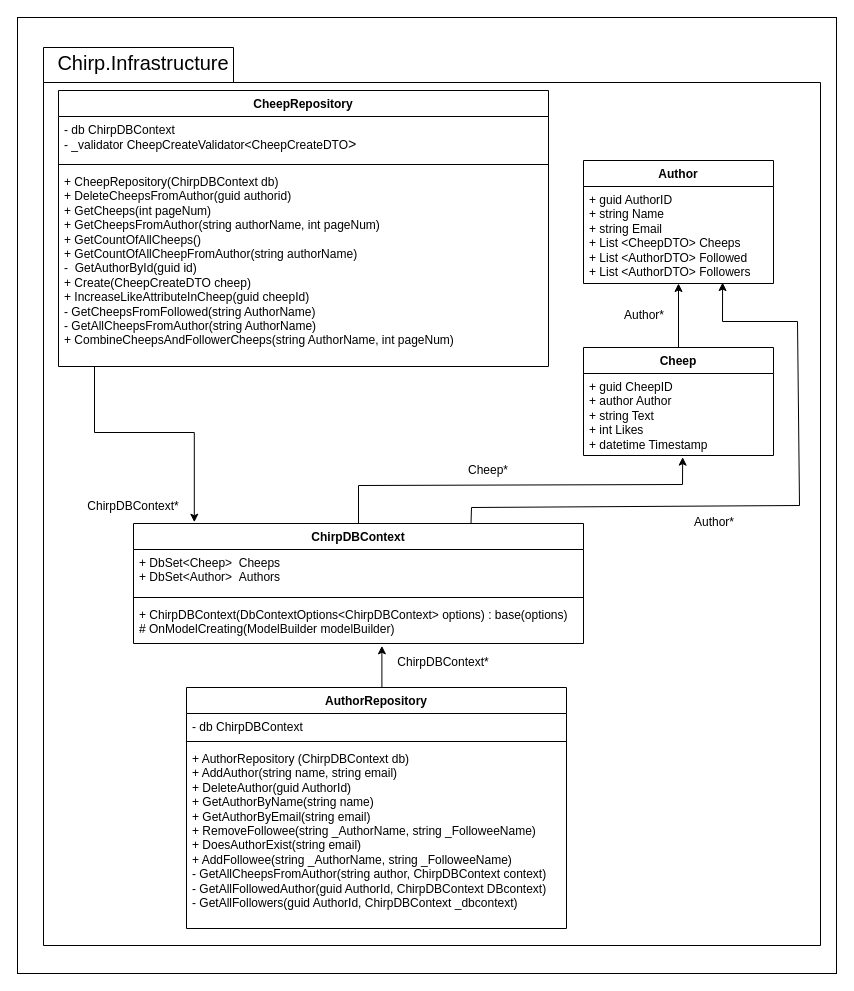
Above: docs/diagrams/PackagesUMLClassDiagrams/PackageInfrastructureUMLDiagram.drawio in ITU-BDSA23-GROUP4/Chirp (draw.io), before the change. Source tidied: cells renumbered, new cells numbered last; positions are measured from the earlier drawing's top-left corner, leaving out a move shared by most shapes. Both pictures are drawn from the tidied source at 100%, with x=0, y=0 at pixel (17, 17).
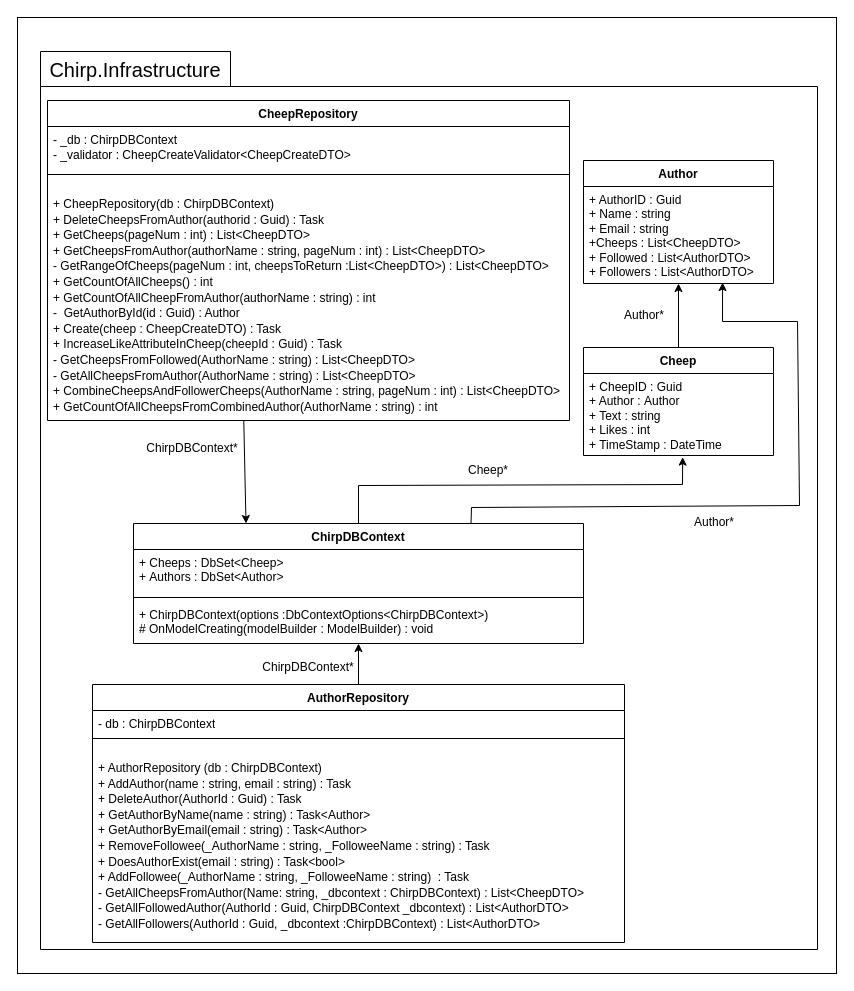
The same page after the edit.

Commit message (it also covers changes not shown here):
Inserted updated UML  Diagrams. Deleted out of data, unused package diagram.

Unchanged cells that the change refers to:
```xml
<mxCell id="4" value="&lt;font color=&quot;#000000&quot;&gt;Author&lt;/font&gt;" style="swimlane;fontStyle=1;align=center;verticalAlign=top;horizontal=1;startSize=26;whiteSpace=wrap;html=1;fillColor=none;strokeColor=#000000;" parent="1" vertex="1">
  <mxGeometry x="566" y="143" width="190" height="123" as="geometry" />
</mxCell>
<mxCell id="7" value="&lt;font color=&quot;#000000&quot;&gt;Cheep&lt;/font&gt;" style="swimlane;fontStyle=1;align=center;verticalAlign=top;horizontal=1;startSize=26;whiteSpace=wrap;html=1;fillColor=none;strokeColor=#000000;" parent="1" vertex="1">
  <mxGeometry x="566" y="330" width="190" height="108" as="geometry" />
</mxCell>
<mxCell id="20" value="&lt;font color=&quot;#000000&quot;&gt;ChirpDBContext&lt;/font&gt;" style="swimlane;fontStyle=1;align=center;verticalAlign=top;horizontal=1;startSize=26;whiteSpace=wrap;html=1;strokeColor=#000000;fillColor=none;" parent="1" vertex="1">
  <mxGeometry x="116" y="506" width="450" height="120" as="geometry" />
</mxCell>
```

Change to the diagram source:
```diff
@@
     <mxCell id="3" style="shape=folder;fontStyle=1;spacingTop=10;tabWidth=190;tabHeight=35;tabPosition=left;html=1;strokeColor=#000000;fillColor=none;" parent="1" vertex="1">
-      <mxGeometry x="26" y="30" width="777" height="898" as="geometry" />
+      <mxGeometry x="23" y="34" width="777" height="898" as="geometry" />
     </mxCell>
@@
-    <mxCell id="5" value="&lt;font color=&quot;#000000&quot;&gt;+ guid AuthorID&lt;br style=&quot;border-color: var(--border-color);&quot;&gt;+ string Name&lt;br style=&quot;border-color: var(--border-color);&quot;&gt;+ string Email&lt;br style=&quot;border-color: var(--border-color);&quot;&gt;+ List &amp;lt;CheepDTO&amp;gt; Cheeps&lt;br&gt;+ List &amp;lt;AuthorDTO&amp;gt; Followed&lt;br&gt;+ List &amp;lt;AuthorDTO&amp;gt; Followers&lt;br&gt;&lt;/font&gt;" style="text;strokeColor=none;fillColor=none;align=left;verticalAlign=top;spacingLeft=4;spacingRight=4;overflow=hidden;points=[[0,0.5],[1,0.5]];portConstraint=eastwest;whiteSpace=wrap;html=1;" parent="4" vertex="1">
+    <mxCell id="5" value="&lt;font color=&quot;#000000&quot;&gt;+ AuthorID : Guid&lt;br style=&quot;border-color: var(--border-color);&quot;&gt;+ Name : string&lt;br style=&quot;border-color: var(--border-color);&quot;&gt;+ Email : string&lt;br style=&quot;border-color: var(--border-color);&quot;&gt;+&lt;/font&gt;&lt;span style=&quot;color: rgb(0, 0, 0);&quot;&gt;Cheeps :&amp;nbsp;&lt;/span&gt;&lt;font color=&quot;#000000&quot;&gt;List&amp;lt;CheepDTO&amp;gt;&lt;br&gt;+ Followed :&amp;nbsp;&lt;/font&gt;&lt;span style=&quot;color: rgb(0, 0, 0);&quot;&gt;List&amp;lt;AuthorDTO&amp;gt;&lt;/span&gt;&lt;font color=&quot;#000000&quot;&gt;&lt;br&gt;+ Followers :&amp;nbsp;&lt;/font&gt;&lt;span style=&quot;color: rgb(0, 0, 0);&quot;&gt;List&amp;lt;AuthorDTO&amp;gt;&lt;/span&gt;&lt;font color=&quot;#000000&quot;&gt;&lt;br&gt;&lt;/font&gt;" style="text;strokeColor=none;fillColor=none;align=left;verticalAlign=top;spacingLeft=4;spacingRight=4;overflow=hidden;points=[[0,0.5],[1,0.5]];portConstraint=eastwest;whiteSpace=wrap;html=1;" parent="4" vertex="1">
       <mxGeometry y="26" width="190" height="97" as="geometry" />
     </mxCell>
@@
-    <mxCell id="8" value="&lt;font color=&quot;#000000&quot;&gt;+ guid CheepID&lt;br&gt;+ author Author&lt;br&gt;+ string Text&lt;br&gt;+ int Likes&lt;br&gt;+ datetime Timestamp&lt;/font&gt;" style="text;strokeColor=none;fillColor=none;align=left;verticalAlign=top;spacingLeft=4;spacingRight=4;overflow=hidden;points=[[0,0.5],[1,0.5]];portConstraint=eastwest;whiteSpace=wrap;html=1;" parent="7" vertex="1">
+    <mxCell id="8" value="&lt;font color=&quot;#000000&quot;&gt;+ CheepID :&amp;nbsp;&lt;/font&gt;&lt;span style=&quot;color: rgb(0, 0, 0);&quot;&gt;Guid&lt;/span&gt;&lt;font color=&quot;#000000&quot;&gt;&lt;br&gt;+ Author :&amp;nbsp;&lt;/font&gt;&lt;span style=&quot;color: rgb(0, 0, 0);&quot;&gt;Author&lt;/span&gt;&lt;font color=&quot;#000000&quot;&gt;&lt;br&gt;+ Text : string&lt;/font&gt;&lt;font color=&quot;#000000&quot;&gt;&lt;br&gt;+ Likes : int&lt;br&gt;+ TimeStamp :&amp;nbsp;&lt;/font&gt;&lt;span style=&quot;color: rgb(0, 0, 0);&quot;&gt;DateTime&lt;/span&gt;" style="text;strokeColor=none;fillColor=none;align=left;verticalAlign=top;spacingLeft=4;spacingRight=4;overflow=hidden;points=[[0,0.5],[1,0.5]];portConstraint=eastwest;whiteSpace=wrap;html=1;" parent="7" vertex="1">
       <mxGeometry y="26" width="190" height="82" as="geometry" />
     </mxCell>
-    <mxCell id="9" style="edgeStyle=orthogonalEdgeStyle;rounded=0;jettySize=auto;html=1;entryX=0.552;entryY=1.056;entryDx=0;entryDy=0;entryPerimeter=0;strokeColor=#000000;" parent="1" edge="1" source="10" target="23">
-      <mxGeometry relative="1" as="geometry">
-        <Array as="points">
-          <mxPoint x="346" y="698" />
-          <mxPoint x="364" y="698" />
-        </Array>
-      </mxGeometry>
+    <mxCell id="9" style="edgeStyle=none;html=1;exitX=0.5;exitY=0;exitDx=0;exitDy=0;strokeColor=#000000;" parent="1" edge="1" source="10" target="23">
+      <mxGeometry relative="1" as="geometry" />
     </mxCell>
     <mxCell id="10" value="&lt;font color=&quot;#000000&quot;&gt;AuthorRepository&lt;/font&gt;" style="swimlane;fontStyle=1;align=center;verticalAlign=top;horizontal=1;startSize=26;whiteSpace=wrap;html=1;strokeColor=#000000;fillColor=none;" parent="1" vertex="1">
-      <mxGeometry x="169" y="670" width="380" height="241" as="geometry" />
+      <mxGeometry x="75" y="667" width="532" height="258" as="geometry" />
     </mxCell>
-    <mxCell id="11" value="&lt;font color=&quot;#000000&quot;&gt;- db&amp;nbsp;ChirpDBContext&lt;/font&gt;" style="text;strokeColor=none;fillColor=none;align=left;verticalAlign=top;spacingLeft=4;spacingRight=4;overflow=hidden;whiteSpace=wrap;html=1;" parent="10" vertex="1">
-      <mxGeometry y="26" width="380" height="24" as="geometry" />
+    <mxCell id="11" value="&lt;font color=&quot;#000000&quot;&gt;- db : ChirpDBContext&lt;/font&gt;" style="text;strokeColor=none;fillColor=none;align=left;verticalAlign=top;spacingLeft=4;spacingRight=4;overflow=hidden;whiteSpace=wrap;html=1;" parent="10" vertex="1">
+      <mxGeometry y="26" width="532" height="24" as="geometry" />
     </mxCell>
     <mxCell id="12" style="line;strokeWidth=1;fillColor=none;align=left;verticalAlign=middle;spacingTop=-1;spacingLeft=3;spacingRight=3;labelPosition=right;strokeColor=inherit;" parent="10" vertex="1">
-      <mxGeometry y="50" width="380" height="8" as="geometry" />
+      <mxGeometry y="50" width="532" height="8" as="geometry" />
     </mxCell>
-    <mxCell id="13" value="&lt;font color=&quot;#000000&quot;&gt;+ AuthorRepository (ChirpDBContext db)&lt;br&gt;+ AddAuthor(string name, string email)&lt;br&gt;&lt;/font&gt;&lt;span style=&quot;color: rgb(0, 0, 0);&quot;&gt;+ DeleteAuthor(guid AuthorId)&lt;/span&gt;&lt;font color=&quot;#000000&quot;&gt;&lt;br&gt;+ GetAuthorByName(string name)&lt;br&gt;+ GetAuthorByEmail(string email)&lt;br&gt;+ RemoveFollowee(string _AuthorName, string _FolloweeName)&lt;br&gt;+ DoesAuthorExist(string email)&lt;br&gt;+ AddFollowee(string _AuthorName, string _FolloweeName)&lt;br&gt;- GetAllCheepsFromAuthor(string author, ChirpDBContext context)&lt;br&gt;- GetAllFollowedAuthor(guid AuthorId, ChirpDBContext DBcontext)&lt;br&gt;- GetAllFollowers(guid AuthorId, ChirpDBContext _dbcontext)&lt;br&gt;&lt;/font&gt;" style="text;strokeColor=none;fillColor=none;align=left;verticalAlign=top;spacingLeft=4;spacingRight=4;overflow=hidden;whiteSpace=wrap;html=1;" parent="10" vertex="1">
-      <mxGeometry y="58" width="380" height="183" as="geometry" />
+    <mxCell id="13" value="&lt;p style=&quot;line-height: 130%;&quot;&gt;&lt;font color=&quot;#000000&quot;&gt;+ AuthorRepository (db : ChirpDBContext)&lt;br&gt;+ AddAuthor(name : string, email : string) : Task&lt;br&gt;&lt;/font&gt;&lt;span style=&quot;color: rgb(0, 0, 0);&quot;&gt;+ DeleteAuthor(AuthorId : Guid) : Task&lt;/span&gt;&lt;font color=&quot;#000000&quot;&gt;&lt;br&gt;+ GetAuthorByName(name : string) : Task&amp;lt;Author&amp;gt;&lt;br&gt;+ GetAuthorByEmail(email : string) : Task&amp;lt;Author&amp;gt;&lt;br&gt;+ RemoveFollowee(_AuthorName : string, _FolloweeName : string) : Task&lt;br&gt;+ DoesAuthorExist(email : string) : Task&amp;lt;bool&amp;gt;&lt;br&gt;+ AddFollowee(_AuthorName : string, _FolloweeName : string)&amp;nbsp; : Task&lt;br&gt;- GetAllCheepsFromAuthor(Name: string, _dbcontext : ChirpDBContext) : List&amp;lt;CheepDTO&amp;gt;&lt;br&gt;- GetAllFollowedAuthor(AuthorId : Guid, ChirpDBContext _dbcontext) : List&amp;lt;AuthorDTO&amp;gt;&lt;br&gt;- GetAllFollowers(AuthorId : Guid, _dbcontext :&lt;/font&gt;&lt;span style=&quot;color: rgb(0, 0, 0);&quot;&gt;ChirpDBContext&lt;/span&gt;&lt;font color=&quot;#000000&quot;&gt;) : List&amp;lt;AuthorDTO&amp;gt;&lt;br&gt;&lt;/font&gt;&lt;/p&gt;" style="text;strokeColor=none;fillColor=none;align=left;verticalAlign=top;spacingLeft=4;spacingRight=4;overflow=hidden;whiteSpace=wrap;html=1;" parent="10" vertex="1">
+      <mxGeometry y="58" width="532" height="200" as="geometry" />
     </mxCell>
+    <mxCell id="31" style="edgeStyle=none;html=1;entryX=0.25;entryY=0;entryDx=0;entryDy=0;strokeColor=#000000;exitX=0.376;exitY=0.998;exitDx=0;exitDy=0;exitPerimeter=0;" parent="1" edge="1" source="17" target="20">
+      <mxGeometry relative="1" as="geometry" />
+    </mxCell>
     <mxCell id="14" value="&lt;font color=&quot;#000000&quot;&gt;CheepRepository&lt;/font&gt;" style="swimlane;fontStyle=1;align=center;verticalAlign=top;horizontal=1;startSize=26;whiteSpace=wrap;html=1;strokeColor=#000000;fillColor=none;" parent="1" vertex="1">
-      <mxGeometry x="41" y="73" width="490" height="276" as="geometry" />
+      <mxGeometry x="30" y="83" width="522" height="320" as="geometry" />
     </mxCell>
-    <mxCell id="15" value="&lt;font color=&quot;#000000&quot;&gt;- db ChirpDBContext&lt;br&gt;- _validator CheepCreateValidator&amp;lt;&lt;font style=&quot;font-size: 12px;&quot;&gt;CheepCreateDTO&lt;/font&gt;&lt;span style=&quot;font-family: Consolas, &amp;quot;Courier New&amp;quot;, monospace; font-size: 14px;&quot;&gt;&amp;gt;&lt;/span&gt;&lt;/font&gt;" style="text;strokeColor=none;fillColor=none;align=left;verticalAlign=top;spacingLeft=4;spacingRight=4;overflow=hidden;whiteSpace=wrap;html=1;" parent="14" vertex="1">
-      <mxGeometry y="26" width="490" height="44" as="geometry" />
+    <mxCell id="15" value="&lt;font color=&quot;#000000&quot;&gt;- _db : ChirpDBContext&lt;br&gt;- _validator : CheepCreateValidator&amp;lt;&lt;font style=&quot;font-size: 12px;&quot;&gt;CheepCreateDTO&amp;gt;&lt;/font&gt;&lt;span style=&quot;font-family: Consolas, &amp;quot;Courier New&amp;quot;, monospace; font-size: 14px;&quot;&gt;&amp;nbsp;&lt;/span&gt;&lt;/font&gt;" style="text;strokeColor=none;fillColor=none;align=left;verticalAlign=top;spacingLeft=4;spacingRight=4;overflow=hidden;whiteSpace=wrap;html=1;" parent="14" vertex="1">
+      <mxGeometry y="26" width="522" height="44" as="geometry" />
     </mxCell>
     <mxCell id="16" style="line;strokeWidth=1;fillColor=none;align=left;verticalAlign=middle;spacingTop=-1;spacingLeft=3;spacingRight=3;labelPosition=right;strokeColor=inherit;" parent="14" vertex="1">
-      <mxGeometry y="70" width="490" height="8" as="geometry" />
+      <mxGeometry y="70" width="522" height="8" as="geometry" />
     </mxCell>
-    <mxCell id="17" value="&lt;font color=&quot;#000000&quot;&gt;&lt;font style=&quot;font-size: 12px;&quot;&gt;+&amp;nbsp;CheepRepository(ChirpDBContext db)&lt;/font&gt;&lt;br&gt;+ DeleteCheepsFromAuthor(guid authorid)&lt;br&gt;+ GetCheeps(int pageNum)&lt;br&gt;+ GetCheepsFromAuthor(string authorName, int pageNum)&lt;br&gt;+ GetCountOfAllCheeps()&lt;br&gt;+ GetCountOfAllCheepFromAuthor(string authorName)&lt;br&gt;-&amp;nbsp; GetAuthorById(guid id)&lt;br&gt;+ Create(CheepCreateDTO cheep)&lt;br&gt;+ IncreaseLikeAttributeInCheep(guid cheepId)&lt;br&gt;- GetCheepsFromFollowed(string AuthorName)&lt;br&gt;- GetAllCheepsFromAuthor(string AuthorName)&lt;br&gt;+ CombineCheepsAndFollowerCheeps(string AuthorName, int pageNum)&lt;br&gt;&lt;/font&gt;" style="text;strokeColor=none;fillColor=none;align=left;verticalAlign=top;spacingLeft=4;spacingRight=4;overflow=hidden;points=[[0,0.5],[1,0.5]];portConstraint=eastwest;whiteSpace=wrap;html=1;" parent="14" vertex="1">
-      <mxGeometry y="78" width="490" height="198" as="geometry" />
+    <mxCell id="17" value="&lt;p style=&quot;line-height: 130%;&quot;&gt;&lt;font color=&quot;#000000&quot;&gt;&lt;font style=&quot;font-size: 12px;&quot;&gt;+&amp;nbsp;CheepRepository(db : ChirpDBContext)&lt;/font&gt;&lt;br&gt;+ DeleteCheepsFromAuthor(authorid : Guid) : Task&lt;br&gt;+ GetCheeps(pageNum : int) : List&amp;lt;CheepDTO&amp;gt;&lt;br&gt;+ GetCheepsFromAuthor(authorName : string, pageNum : int) : List&amp;lt;CheepDTO&amp;gt;&lt;br&gt;- GetRangeOfCheeps(pageNum : int, cheepsToReturn :&lt;/font&gt;&lt;span style=&quot;color: rgb(0, 0, 0);&quot;&gt;List&amp;lt;CheepDTO&amp;gt;&lt;/span&gt;&lt;font color=&quot;#000000&quot;&gt;) : List&amp;lt;CheepDTO&amp;gt;&lt;br&gt;+ GetCountOfAllCheeps() : int&lt;br&gt;+ GetCountOfAllCheepFromAuthor(authorName : string) : int&lt;br&gt;-&amp;nbsp; GetAuthorById(id : Guid) : Author&lt;br&gt;+ Create(cheep : CheepCreateDTO) : Task&lt;br&gt;+ IncreaseLikeAttributeInCheep(cheepId : Guid) : Task&lt;br&gt;- GetCheepsFromFollowed(AuthorName : string) : List&amp;lt;CheepDTO&amp;gt;&lt;br&gt;- GetAllCheepsFromAuthor(AuthorName : string) : List&amp;lt;CheepDTO&amp;gt;&lt;br&gt;+ CombineCheepsAndFollowerCheeps(AuthorName : string, pageNum : int) : List&amp;lt;CheepDTO&amp;gt;&lt;br&gt;+ GetCountOfAllCheepsFromCombinedAuthor(AuthorName : string) : int&lt;br&gt;&lt;/font&gt;&lt;/p&gt;" style="text;strokeColor=none;fillColor=none;align=left;verticalAlign=top;spacingLeft=4;spacingRight=4;overflow=hidden;points=[[0,0.5],[1,0.5]];portConstraint=eastwest;whiteSpace=wrap;html=1;" parent="14" vertex="1">
+      <mxGeometry y="78" width="522" height="242" as="geometry" />
     </mxCell>
@@
-    <mxCell id="21" value="&lt;font color=&quot;#000000&quot;&gt;+&amp;nbsp;&lt;/font&gt;&lt;span style=&quot;color: rgb(0, 0, 0);&quot;&gt;DbSet&amp;lt;Cheep&amp;gt;&amp;nbsp;&amp;nbsp;&lt;/span&gt;&lt;font color=&quot;#000000&quot;&gt;Cheeps&lt;br&gt;+&amp;nbsp;&lt;/font&gt;&lt;span style=&quot;color: rgb(0, 0, 0);&quot;&gt;DbSet&amp;lt;Author&amp;gt;&amp;nbsp;&amp;nbsp;&lt;/span&gt;&lt;font color=&quot;#000000&quot;&gt;Authors&lt;/font&gt;" style="text;strokeColor=none;fillColor=none;align=left;verticalAlign=top;spacingLeft=4;spacingRight=4;overflow=hidden;whiteSpace=wrap;html=1;" parent="20" vertex="1">
+    <mxCell id="21" value="&lt;font color=&quot;#000000&quot;&gt;+&amp;nbsp;&lt;/font&gt;&lt;font color=&quot;#000000&quot;&gt;Cheeps :&amp;nbsp;&lt;/font&gt;&lt;span style=&quot;color: rgb(0, 0, 0);&quot;&gt;DbSet&amp;lt;Cheep&amp;gt;&lt;/span&gt;&lt;font color=&quot;#000000&quot;&gt;&lt;br&gt;+&amp;nbsp;&lt;/font&gt;&lt;font color=&quot;#000000&quot;&gt;Authors :&amp;nbsp;&lt;/font&gt;&lt;span style=&quot;color: rgb(0, 0, 0);&quot;&gt;DbSet&amp;lt;Author&amp;gt;&lt;/span&gt;" style="text;strokeColor=none;fillColor=none;align=left;verticalAlign=top;spacingLeft=4;spacingRight=4;overflow=hidden;whiteSpace=wrap;html=1;" parent="20" vertex="1">
       <mxGeometry y="26" width="450" height="44" as="geometry" />
     </mxCell>
@@
-    <mxCell id="23" value="&lt;font color=&quot;#000000&quot;&gt;+ ChirpDBContext(DbContextOptions&amp;lt;ChirpDBContext&amp;gt; options) : base(options)&lt;br&gt;# OnModelCreating(ModelBuilder modelBuilder)&lt;/font&gt;" style="text;strokeColor=none;fillColor=none;align=left;verticalAlign=top;spacingLeft=4;spacingRight=4;overflow=hidden;points=[[0,0.5],[1,0.5]];portConstraint=eastwest;whiteSpace=wrap;html=1;" parent="20" vertex="1">
+    <mxCell id="23" value="&lt;font color=&quot;#000000&quot;&gt;+ ChirpDBContext(options :&lt;/font&gt;&lt;span style=&quot;color: rgb(0, 0, 0);&quot;&gt;DbContextOptions&amp;lt;ChirpDBContext&amp;gt;&lt;/span&gt;&lt;font color=&quot;#000000&quot;&gt;)&lt;br&gt;# OnModelCreating(&lt;/font&gt;&lt;span style=&quot;color: rgb(0, 0, 0);&quot;&gt;modelBuilder :&amp;nbsp;&lt;/span&gt;&lt;font color=&quot;#000000&quot;&gt;ModelBuilder) : void&lt;/font&gt;" style="text;strokeColor=none;fillColor=none;align=left;verticalAlign=top;spacingLeft=4;spacingRight=4;overflow=hidden;points=[[0,0.5],[1,0.5]];portConstraint=eastwest;whiteSpace=wrap;html=1;" parent="20" vertex="1">
       <mxGeometry y="78" width="450" height="42" as="geometry" />
     </mxCell>
-    <mxCell id="24" style="edgeStyle=orthogonalEdgeStyle;rounded=0;orthogonalLoop=1;jettySize=auto;html=1;entryX=0.133;entryY=-0.011;entryDx=0;entryDy=0;entryPerimeter=0;strokeColor=#000000;" parent="1" edge="1">
-      <mxGeometry relative="1" as="geometry">
-        <mxPoint x="77" y="349" as="sourcePoint" />
-        <mxPoint x="176.8" y="504.7" as="targetPoint" />
-        <Array as="points">
-          <mxPoint x="77" y="415" />
-          <mxPoint x="177" y="415" />
-        </Array>
-      </mxGeometry>
-    </mxCell>
     <mxCell id="25" value="&lt;font color=&quot;#000000&quot; style=&quot;font-size: 20px;&quot;&gt;Chirp.Infrastructure&lt;/font&gt;" style="text;html=1;strokeColor=none;fillColor=none;align=center;verticalAlign=middle;whiteSpace=wrap;rounded=0;" parent="1" vertex="1">
-      <mxGeometry x="96" y="30" width="60" height="30" as="geometry" />
+      <mxGeometry x="88" y="37" width="60" height="30" as="geometry" />
     </mxCell>
     <mxCell id="26" value="&lt;font color=&quot;#000000&quot;&gt;ChirpDBContext*&lt;/font&gt;" style="text;html=1;strokeColor=none;fillColor=none;align=center;verticalAlign=middle;whiteSpace=wrap;rounded=0;" parent="1" vertex="1">
-      <mxGeometry x="86" y="474" width="60" height="30" as="geometry" />
+      <mxGeometry x="145" y="416" width="60" height="30" as="geometry" />
     </mxCell>
@@
     <mxCell id="29" value="&lt;font color=&quot;#000000&quot;&gt;ChirpDBContext*&lt;/font&gt;" style="text;html=1;strokeColor=none;fillColor=none;align=center;verticalAlign=middle;whiteSpace=wrap;rounded=0;" parent="1" vertex="1">
-      <mxGeometry x="396" y="629.5" width="60" height="30" as="geometry" />
+      <mxGeometry x="261" y="635" width="60" height="30" as="geometry" />
     </mxCell>
```
